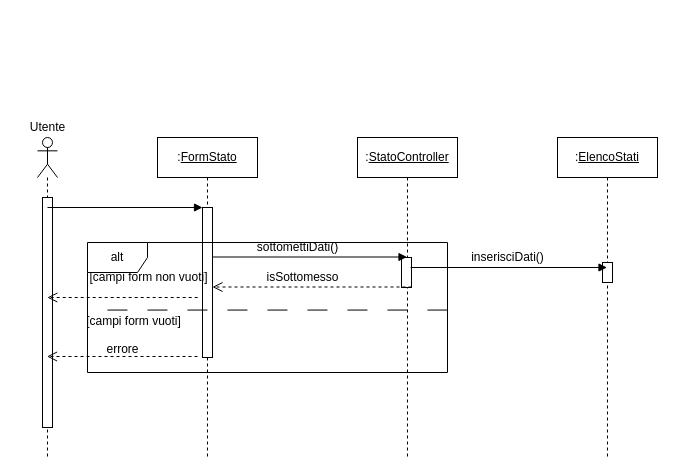
This is page "UC_05 sequence" (4 of 4) of Diagrammi/Sequence Diagram.drawio from lorycris99/Team-HILO, a draw.io file, before an edit. Source tidied: cells renumbered, new cells numbered last; positions are measured from the earlier drawing's top-left corner, leaving out a move shared by most shapes. Both pictures are drawn from the tidied source at 100%, with x=0, y=0 at pixel (22, 117).
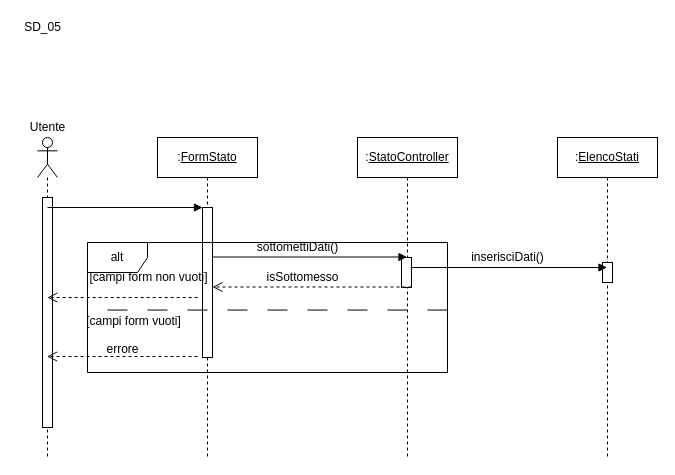
The same diagram, later.

Diff of the diagram source:
```diff
@@
+    <mxCell id="25" value="SD_05" style="text;html=1;align=center;verticalAlign=middle;" parent="1" vertex="1">
+      <mxGeometry x="-5" y="-100" width="50" height="20" as="geometry" />
+    </mxCell>
```
